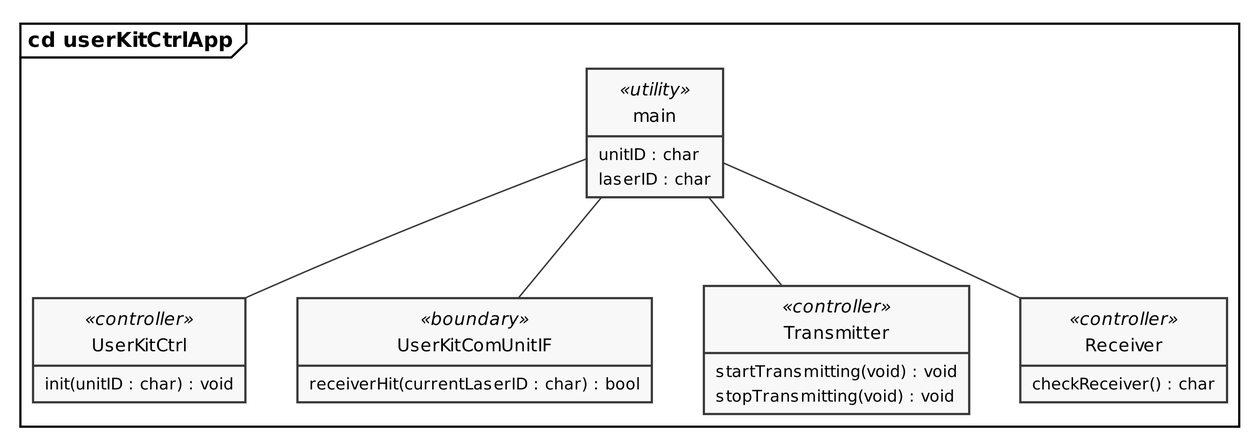
The PlantUML diagram PlantUML/out/userKitCtrlApp_cd.png in LasseKrarup/Laser-Tag-Project, before a commit.
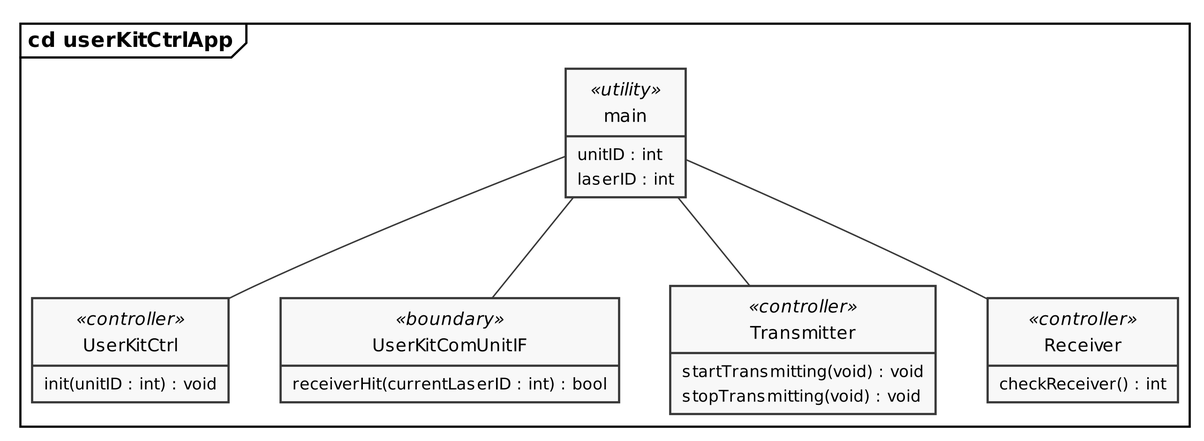
Above is the later version.

What changed in the source:
```diff
@@ -15,16 +15,16 @@
 frame "cd userKitCtrlApp" {
 
     class main <<utility>> {
-        unitID : char
-        laserID : char
+        unitID : int
+        laserID : int
     }
 
     class UserKitCtrl <<controller>> {
-        init(unitID : char) : void
+        init(unitID : int) : void
     }
 
     class UserKitComUnitIF <<boundary>> {
-        receiverHit(currentLaserID : char) : bool
+        receiverHit(currentLaserID : int) : bool
     }
 
     class Transmitter <<controller>> {
@@ -33,7 +33,7 @@
     }
 
     class Receiver <<controller>> {
-        checkReceiver() : char
+        checkReceiver() : int
     }
 }
 
```
